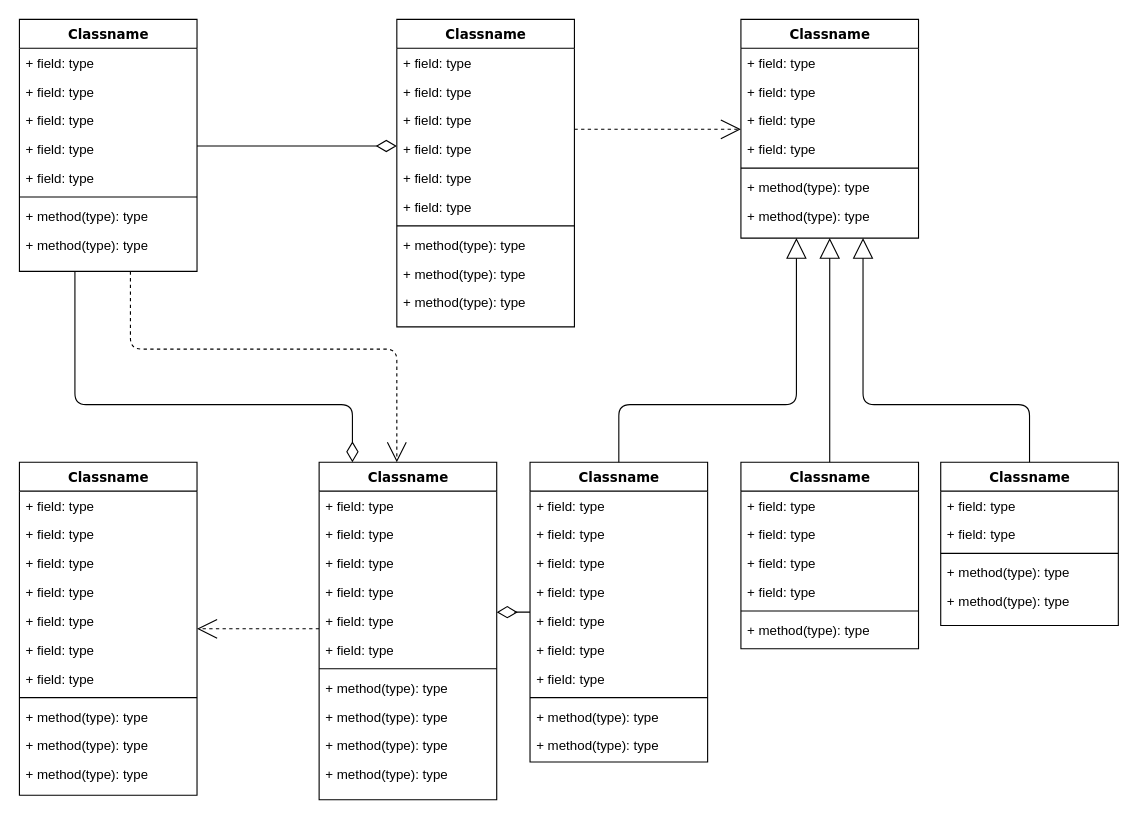
JacobBermudes/literate-octo-invention keeps this draw.io diagram as database.drawio. Above is the earlier version. Source tidied: cells renumbered, new cells numbered last; positions are measured from the earlier drawing's top-left corner, leaving out a move shared by most shapes. Both pictures are drawn from the tidied source at 111%, with x=0, y=0 at pixel (19, 19).
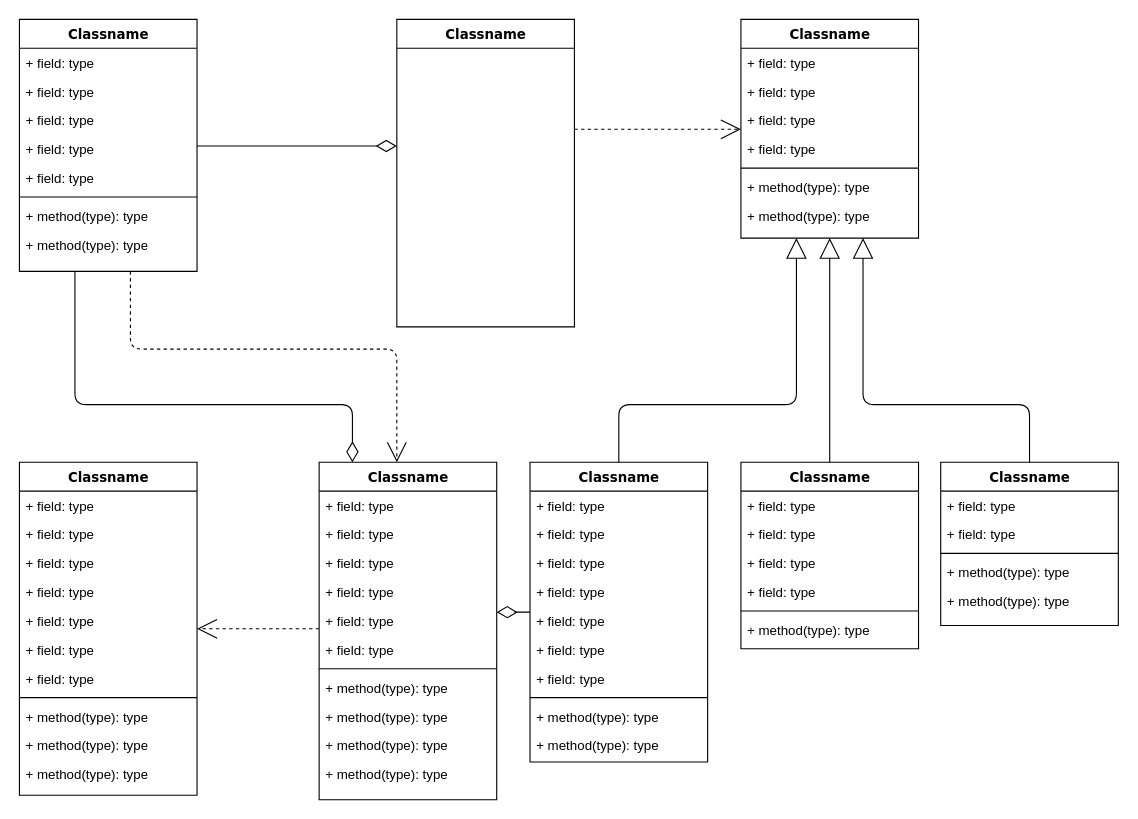
After the change.

The change refers to these unchanged cells:
```xml
<mxCell id="14" value="Classname" style="swimlane;html=1;fontStyle=1;align=center;verticalAlign=top;horizontal=1;startSize=26;swimlaneFillColor=#ffffff;rounded=0;shadow=0;comic=0;labelBackgroundColor=none;strokeWidth=1;fillColor=none;fontFamily=Verdana;fontSize=12;" parent="1" vertex="1">
  <mxGeometry x="340" width="160" height="277" as="geometry" />
</mxCell>
```

The edit, as a diff of the source:
```diff
@@
-    <mxCell id="15" value="+ field: type" style="text;html=1;strokeColor=none;fillColor=none;align=left;verticalAlign=top;spacingLeft=4;spacingRight=4;whiteSpace=wrap;overflow=hidden;" parent="14" vertex="1">
-      <mxGeometry y="26" width="160" height="26" as="geometry" />
-    </mxCell>
-    <mxCell id="16" value="+ field: type" style="text;html=1;strokeColor=none;fillColor=none;align=left;verticalAlign=top;spacingLeft=4;spacingRight=4;whiteSpace=wrap;overflow=hidden;" parent="14" vertex="1">
-      <mxGeometry y="52" width="160" height="26" as="geometry" />
-    </mxCell>
-    <mxCell id="17" value="+ field: type" style="text;html=1;strokeColor=none;fillColor=none;align=left;verticalAlign=top;spacingLeft=4;spacingRight=4;whiteSpace=wrap;overflow=hidden;" parent="14" vertex="1">
-      <mxGeometry y="78" width="160" height="26" as="geometry" />
-    </mxCell>
-    <mxCell id="18" value="+ field: type" style="text;html=1;strokeColor=none;fillColor=none;align=left;verticalAlign=top;spacingLeft=4;spacingRight=4;whiteSpace=wrap;overflow=hidden;" parent="14" vertex="1">
-      <mxGeometry y="104" width="160" height="26" as="geometry" />
-    </mxCell>
-    <mxCell id="19" value="+ field: type" style="text;html=1;strokeColor=none;fillColor=none;align=left;verticalAlign=top;spacingLeft=4;spacingRight=4;whiteSpace=wrap;overflow=hidden;" parent="14" vertex="1">
-      <mxGeometry y="130" width="160" height="26" as="geometry" />
-    </mxCell>
-    <mxCell id="20" value="+ field: type" style="text;html=1;strokeColor=none;fillColor=none;align=left;verticalAlign=top;spacingLeft=4;spacingRight=4;whiteSpace=wrap;overflow=hidden;" parent="14" vertex="1">
-      <mxGeometry y="156" width="160" height="26" as="geometry" />
-    </mxCell>
-    <mxCell id="21" style="line;html=1;strokeWidth=1;fillColor=none;align=left;verticalAlign=middle;spacingTop=-1;spacingLeft=3;spacingRight=3;labelPosition=right;" parent="14" vertex="1">
-      <mxGeometry y="182" width="160" height="8" as="geometry" />
-    </mxCell>
-    <mxCell id="22" value="+ method(type): type" style="text;html=1;strokeColor=none;fillColor=none;align=left;verticalAlign=top;spacingLeft=4;spacingRight=4;whiteSpace=wrap;overflow=hidden;" parent="14" vertex="1">
-      <mxGeometry y="190" width="160" height="26" as="geometry" />
-    </mxCell>
-    <mxCell id="23" value="+ method(type): type" style="text;html=1;strokeColor=none;fillColor=none;align=left;verticalAlign=top;spacingLeft=4;spacingRight=4;whiteSpace=wrap;overflow=hidden;" parent="14" vertex="1">
-      <mxGeometry y="216" width="160" height="26" as="geometry" />
-    </mxCell>
-    <mxCell id="24" value="+ method(type): type" style="text;html=1;strokeColor=none;fillColor=none;align=left;verticalAlign=top;spacingLeft=4;spacingRight=4;whiteSpace=wrap;overflow=hidden;" parent="14" vertex="1">
-      <mxGeometry y="242" width="160" height="26" as="geometry" />
-    </mxCell>
```
